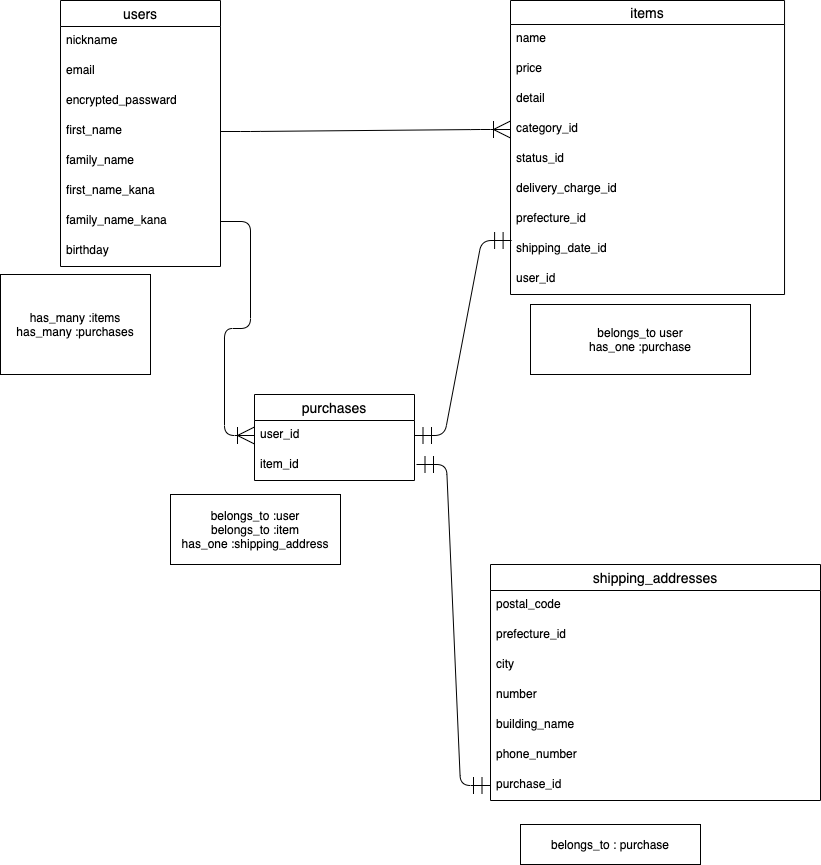
neeee22/furima-35953 keeps this draw.io diagram as entity.dio.png. Above is the earlier version. Source tidied: cells renumbered, new cells last; positions are measured from the earlier drawing's top-left corner, leaving out a move shared by most shapes.
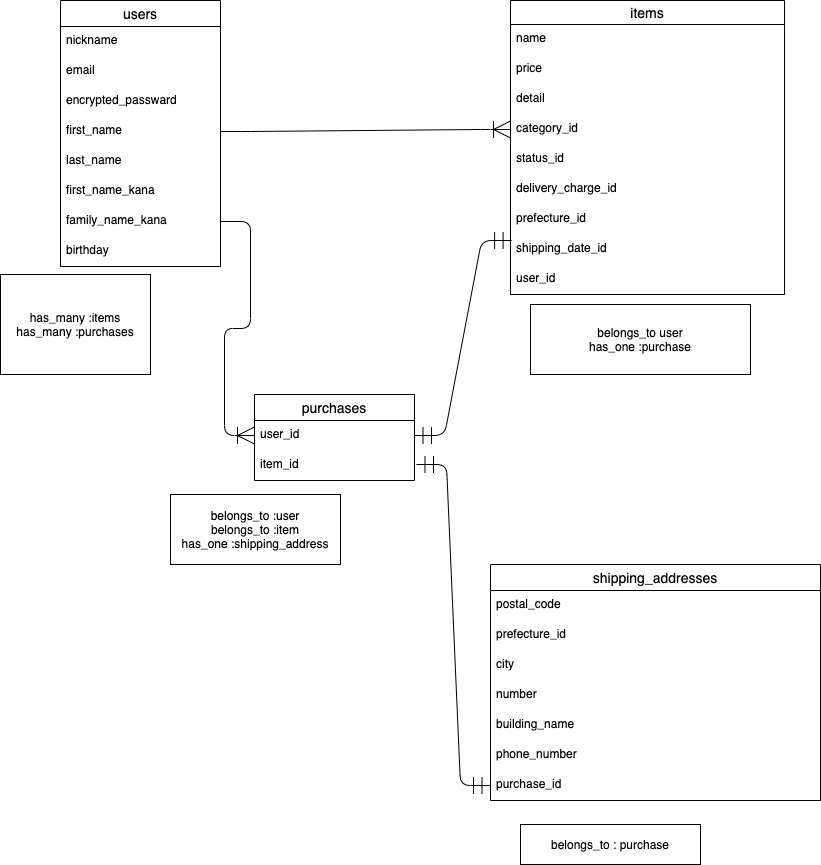
Above is the later version.

Change to the diagram source:
```diff
@@ -17,7 +17,7 @@
     <mxCell id="6" value="first_name" style="text;strokeColor=none;fillColor=none;spacingLeft=4;spacingRight=4;overflow=hidden;points=[[0,0.5],[1,0.5]];portConstraint=eastwest;fontSize=12;" parent="2" vertex="1">
       <mxGeometry y="116" width="160" height="30" as="geometry" />
     </mxCell>
-    <mxCell id="7" value="family_name" style="text;strokeColor=none;fillColor=none;spacingLeft=4;spacingRight=4;overflow=hidden;fontSize=12;" parent="2" vertex="1">
+    <mxCell id="7" value="last_name" style="text;strokeColor=none;fillColor=none;spacingLeft=4;spacingRight=4;overflow=hidden;fontSize=12;" parent="2" vertex="1">
       <mxGeometry y="146" width="160" height="30" as="geometry" />
     </mxCell>
     <mxCell id="8" value="first_name_kana" style="text;strokeColor=none;fillColor=none;spacingLeft=4;spacingRight=4;overflow=hidden;fontSize=12;" parent="2" vertex="1">
```
